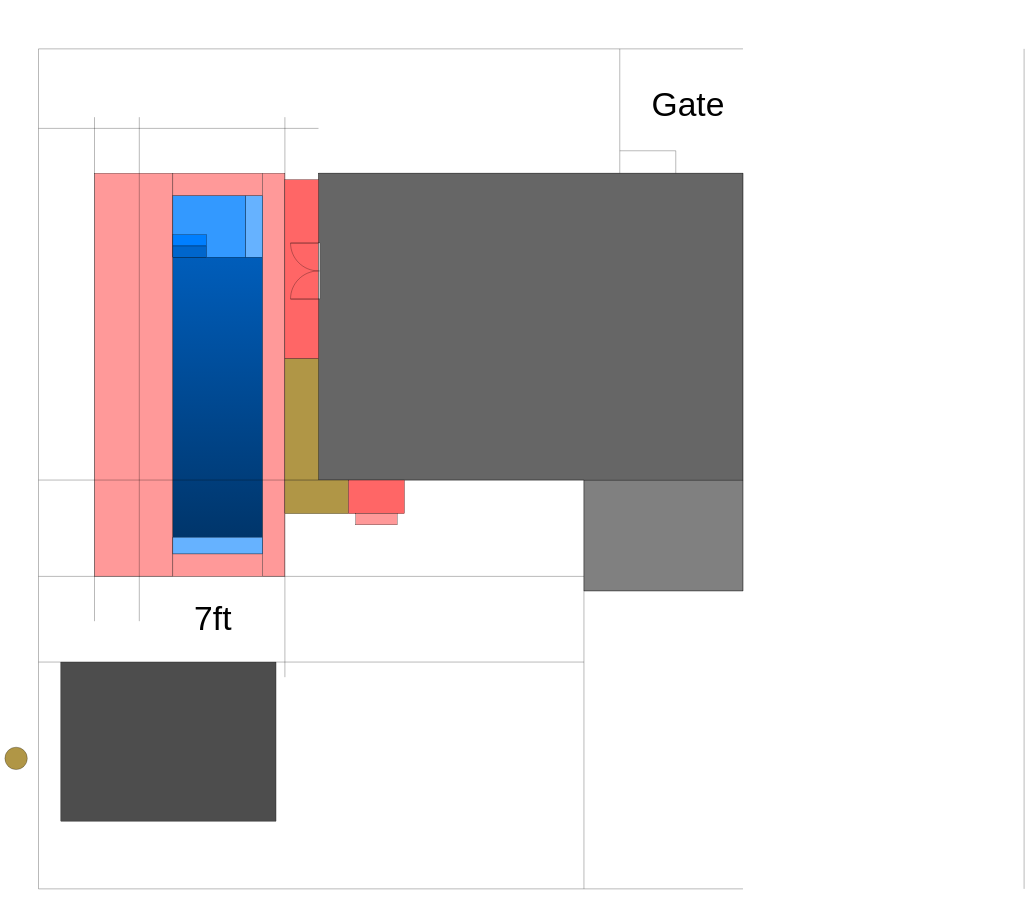
Before: Pool.drawio in hikumealan/draw-io-diagrams, a draw.io diagram. Source tidied: cells renumbered, new cells numbered last; positions are measured from the earlier drawing's top-left corner, leaving out a move shared by most shapes. Both pictures are drawn from the tidied source at 28%, with x=0, y=0 at pixel (5, 49).
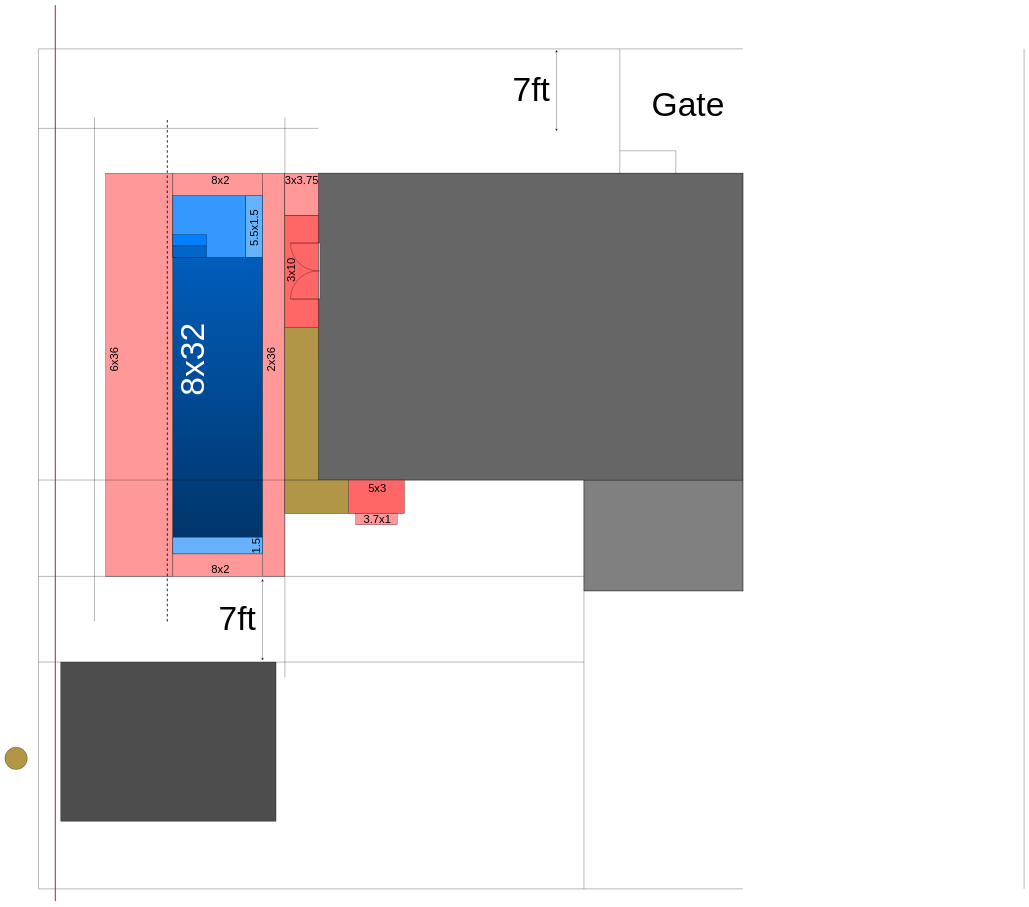
The same page after the edit.

Diff of the diagram source:
```diff
@@
+    <mxCell id="35" style="rounded=0;whiteSpace=wrap;html=1;fillColor=#FF6666;gradientColor=none;gradientDirection=north;" parent="1" vertex="1">
+      <mxGeometry x="864" y="467" width="256" height="640" as="geometry" />
+    </mxCell>
@@
     <mxCell id="3" style="rounded=0;whiteSpace=wrap;html=1;fontSize=120;fillColor=#FF9999;gradientColor=none;gradientDirection=north;" parent="1" vertex="1">
-      <mxGeometry x="320" y="444" width="280" height="1440" as="geometry" />
+      <mxGeometry x="360" y="444" width="240" height="1440" as="geometry" />
     </mxCell>
@@
-    <mxCell id="35" style="rounded=0;whiteSpace=wrap;html=1;fillColor=#FF6666;gradientColor=none;gradientDirection=north;" parent="1" vertex="1">
-      <mxGeometry x="1000" y="467" width="120" height="640" as="geometry" />
-    </mxCell>
+    <mxCell id="51" style="rounded=0;whiteSpace=wrap;html=1;fontSize=120;fillColor=#FF6666;gradientColor=none;gradientDirection=north;" parent="1" vertex="1">
+      <mxGeometry x="1000" y="594" width="120" height="400" as="geometry" />
+    </mxCell>
@@
     <mxCell id="40" value="7ft" style="text;html=1;strokeColor=none;fillColor=none;align=center;verticalAlign=middle;whiteSpace=wrap;rounded=0;fontSize=120;" parent="1" vertex="1">
-      <mxGeometry x="713" y="2019" width="60" height="30" as="geometry" />
+      <mxGeometry x="800" y="2019" width="60" height="30" as="geometry" />
     </mxCell>
@@
-    <mxCell id="43" style="endArrow=none;html=1;rounded=0;fontSize=120;" parent="1" edge="1">
+    <mxCell id="43" style="endArrow=none;html=1;rounded=0;fontSize=120;strokeColor=#990000;strokeWidth=3;" parent="1" edge="1">
       <mxGeometry relative="1" as="geometry">
-        <mxPoint x="480" y="244" as="sourcePoint" />
-        <mxPoint x="480" y="2044" as="targetPoint" />
+        <mxPoint x="180" y="-156" as="sourcePoint" />
+        <mxPoint x="180" y="3044" as="targetPoint" />
       </mxGeometry>
     </mxCell>
@@
     <mxCell id="45" style="rounded=0;whiteSpace=wrap;html=1;fillColor=#B09646;gradientColor=none;gradientDirection=north;" parent="1" vertex="1">
-      <mxGeometry x="1000" y="1107" width="120" height="433" as="geometry" />
+      <mxGeometry x="1000" y="994" width="120" height="546" as="geometry" />
     </mxCell>
@@
+    <mxCell id="52" style="rounded=0;whiteSpace=wrap;html=1;fontSize=120;fillColor=#FF9999;gradientColor=none;gradientDirection=north;" parent="1" vertex="1">
+      <mxGeometry x="1000" y="444" width="120" height="150" as="geometry" />
+    </mxCell>
+    <mxCell id="53" value="8x32" style="text;html=1;strokeColor=none;fillColor=none;align=center;verticalAlign=middle;whiteSpace=wrap;rounded=0;fontSize=120;rotation=270;fontColor=#FFFFFF;" parent="1" vertex="1">
+      <mxGeometry x="640" y="1094" width="60" height="30" as="geometry" />
+    </mxCell>
+    <mxCell id="54" style="endArrow=none;html=1;rounded=0;fontSize=120;dashed=1;strokeWidth=3;" parent="1" edge="1">
+      <mxGeometry relative="1" as="geometry">
+        <mxPoint x="580" y="254" as="sourcePoint" />
+        <mxPoint x="580" y="2054" as="targetPoint" />
+      </mxGeometry>
+    </mxCell>
+    <mxCell id="55" value="&lt;font style=&quot;font-size: 40px&quot;&gt;1.5&lt;br&gt;&lt;/font&gt;" style="text;html=1;strokeColor=none;fillColor=none;align=center;verticalAlign=middle;whiteSpace=wrap;rounded=0;fontSize=120;fontColor=#000000;rotation=270;" parent="1" vertex="1">
+      <mxGeometry x="840" y="1760" width="60" height="30" as="geometry" />
+    </mxCell>
+    <mxCell id="56" value="5.5x1.5" style="text;html=1;strokeColor=none;fillColor=none;align=center;verticalAlign=middle;whiteSpace=wrap;rounded=0;fontSize=40;fontColor=#000000;rotation=270;" parent="1" vertex="1">
+      <mxGeometry x="860" y="624" width="60" height="30" as="geometry" />
+    </mxCell>
+    <mxCell id="57" value="3x10" style="text;html=1;strokeColor=none;fillColor=none;align=center;verticalAlign=middle;whiteSpace=wrap;rounded=0;fontSize=40;fontColor=#000000;rotation=270;" parent="1" vertex="1">
+      <mxGeometry x="990" y="775" width="60" height="30" as="geometry" />
+    </mxCell>
+    <mxCell id="58" value="8x2" style="text;html=1;strokeColor=none;fillColor=none;align=center;verticalAlign=middle;whiteSpace=wrap;rounded=0;fontSize=40;fontColor=#000000;" parent="1" vertex="1">
+      <mxGeometry x="740" y="454" width="60" height="30" as="geometry" />
+    </mxCell>
+    <mxCell id="59" value="8x2" style="text;html=1;strokeColor=none;fillColor=none;align=center;verticalAlign=middle;whiteSpace=wrap;rounded=0;fontSize=40;fontColor=#000000;" parent="1" vertex="1">
+      <mxGeometry x="740" y="1844" width="60" height="30" as="geometry" />
+    </mxCell>
+    <mxCell id="60" value="6x36" style="text;html=1;strokeColor=none;fillColor=none;align=center;verticalAlign=middle;whiteSpace=wrap;rounded=0;fontSize=40;fontColor=#000000;rotation=270;" parent="1" vertex="1">
+      <mxGeometry x="360" y="1094" width="60" height="30" as="geometry" />
+    </mxCell>
+    <mxCell id="61" value="2x36" style="text;html=1;strokeColor=none;fillColor=none;align=center;verticalAlign=middle;whiteSpace=wrap;rounded=0;fontSize=40;fontColor=#000000;rotation=270;" parent="1" vertex="1">
+      <mxGeometry x="920" y="1094" width="60" height="30" as="geometry" />
+    </mxCell>
+    <mxCell id="62" value="3x3.75" style="text;html=1;strokeColor=none;fillColor=none;align=center;verticalAlign=middle;whiteSpace=wrap;rounded=0;fontSize=40;fontColor=#000000;" parent="1" vertex="1">
+      <mxGeometry x="1030" y="454" width="60" height="30" as="geometry" />
+    </mxCell>
+    <mxCell id="63" value="5x3" style="text;html=1;strokeColor=none;fillColor=none;align=center;verticalAlign=middle;whiteSpace=wrap;rounded=0;fontSize=40;fontColor=#000000;" parent="1" vertex="1">
+      <mxGeometry x="1300" y="1552" width="60" height="30" as="geometry" />
+    </mxCell>
+    <mxCell id="64" value="3.7x1" style="text;html=1;strokeColor=none;fillColor=none;align=center;verticalAlign=middle;whiteSpace=wrap;rounded=0;fontSize=40;fontColor=#000000;" parent="1" vertex="1">
+      <mxGeometry x="1300" y="1664" width="60" height="30" as="geometry" />
+    </mxCell>
+    <mxCell id="65" style="endArrow=classic;startArrow=classic;html=1;rounded=0;fontSize=40;fontColor=#000000;strokeColor=#000000;strokeWidth=1;" parent="1" edge="1">
+      <mxGeometry relative="1" as="geometry">
+        <mxPoint x="920" y="1894" as="sourcePoint" />
+        <mxPoint x="920" y="2184" as="targetPoint" />
+      </mxGeometry>
+    </mxCell>
+    <mxCell id="66" value="7ft" style="text;html=1;strokeColor=none;fillColor=none;align=center;verticalAlign=middle;whiteSpace=wrap;rounded=0;fontSize=120;" parent="1" vertex="1">
+      <mxGeometry x="1850" y="129" width="60" height="30" as="geometry" />
+    </mxCell>
+    <mxCell id="67" style="endArrow=classic;startArrow=classic;html=1;rounded=0;fontSize=40;fontColor=#000000;strokeColor=#000000;strokeWidth=1;" parent="1" edge="1">
+      <mxGeometry relative="1" as="geometry">
+        <mxPoint x="1970" y="4" as="sourcePoint" />
+        <mxPoint x="1970" y="294" as="targetPoint" />
+      </mxGeometry>
+    </mxCell>
```
